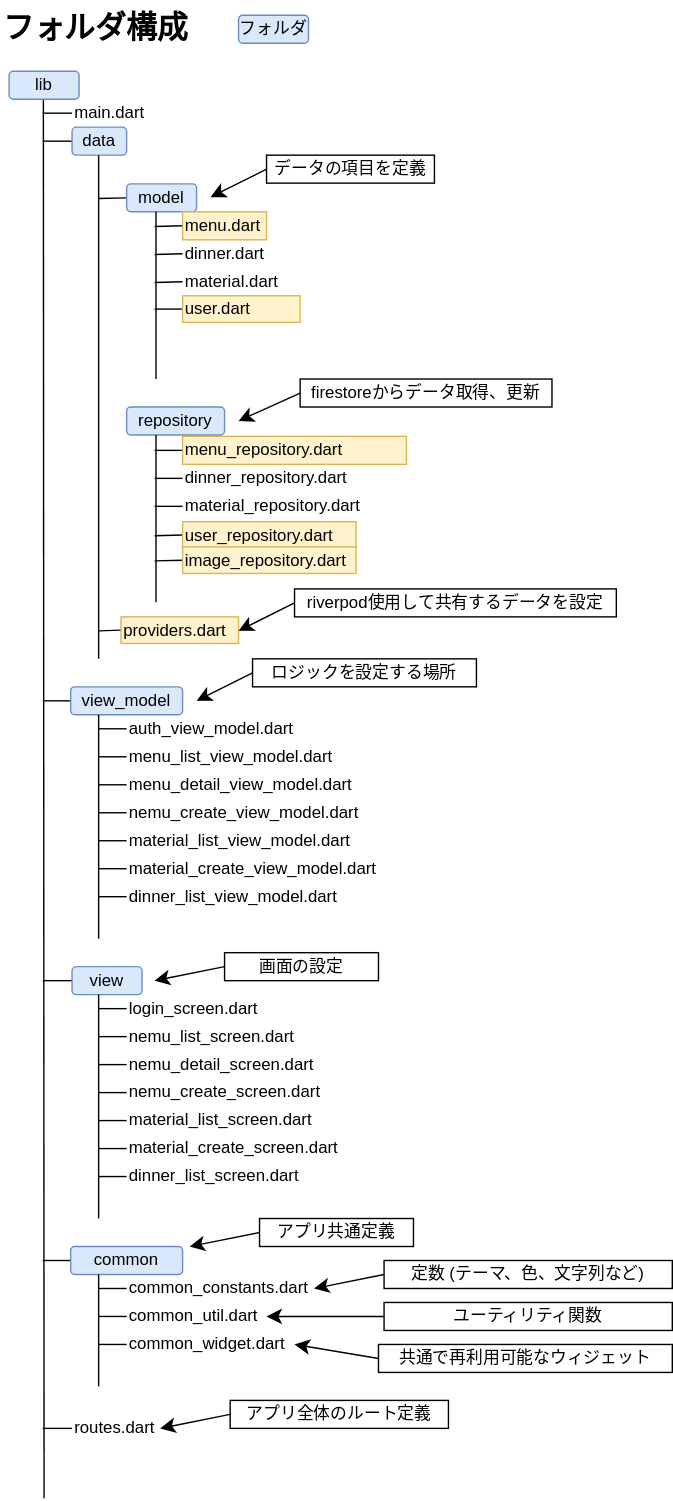
maki1125/menu keeps this draw.io diagram as フォルダ構成.drawio.svg. Above is the earlier version. Source tidied: cells renumbered, new cells last; positions are measured from the earlier drawing's top-left corner, leaving out a move shared by most shapes.
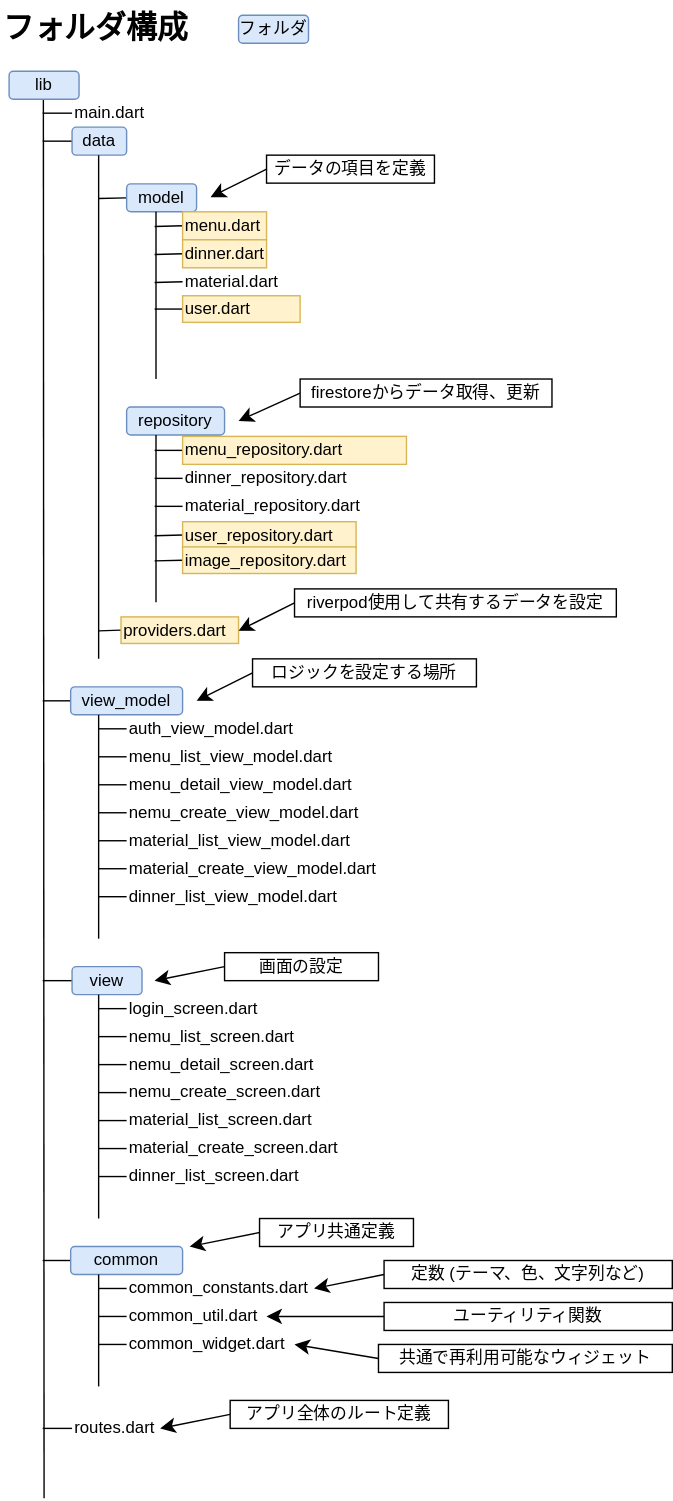
The same file after the commit.

Commit message:
フォルダ構成.drawio.svg を更新します

Change to the diagram source:
```diff
@@ -59,7 +59,7 @@
         <mxPoint x="110" y="181" as="targetPoint" />
       </mxGeometry>
     </mxCell>
-    <mxCell id="16" value="dinner.dart" style="text;html=1;align=left;verticalAlign=middle;whiteSpace=wrap;rounded=0;" parent="1" vertex="1">
+    <mxCell id="16" value="dinner.dart" style="text;html=1;align=left;verticalAlign=middle;whiteSpace=wrap;rounded=0;fillColor=#fff2cc;strokeColor=#d6b656;" parent="1" vertex="1">
       <mxGeometry x="130" y="170.5" width="60" height="20" as="geometry" />
     </mxCell>
     <mxCell id="17" style="edgeStyle=none;curved=1;rounded=0;jettySize=auto;html=1;exitX=0;exitY=0.5;exitDx=0;exitDy=0;fontSize=12;startSize=8;endSize=8;endArrow=none;endFill=0;" parent="1" edge="1" source="18">
```
